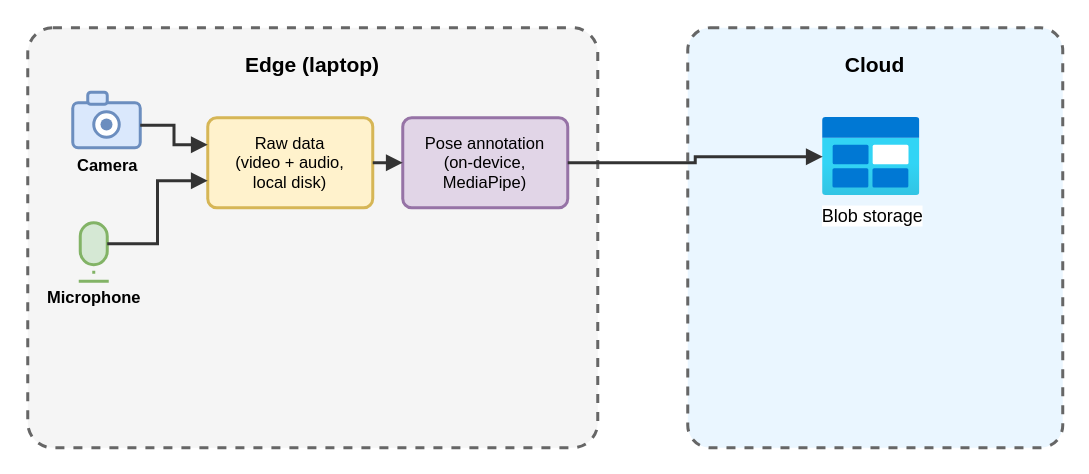
Before: docs/architecture.drawio in timole/shot-improvement, a draw.io diagram. Source tidied: cells renumbered, new cells numbered last; positions are measured from the earlier drawing's top-left corner, leaving out a move shared by most shapes. Both pictures are drawn from the tidied source at 150%, with x=0, y=0 at pixel (27, 27).
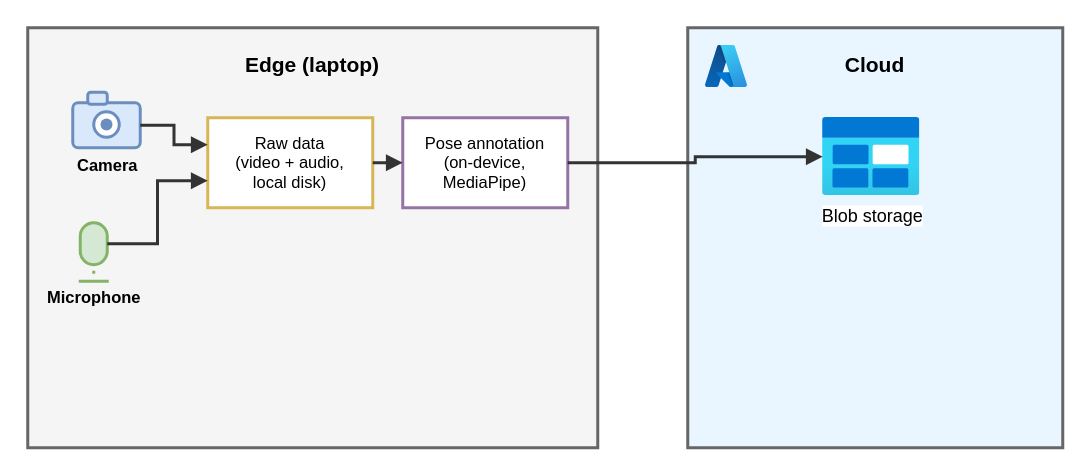
The same diagram, later.

Commit message (it also covers changes not shown here):
Architecture diagram: sharp rectangles, solid borders, Arial, Azure logo

Rounded rectangles become plain rectangles, group borders go from
dashed to solid, all text uses Arial, Raw data/Pose annotation get
white fills (Edge/Cloud group backgrounds unchanged), and an Azure
logo now marks the top-left corner of the Cloud group.

Claude-Session: https://claude.ai/code/session_017hfGxMnU1swBr4svZsnXk8

What changed in the source:
```diff
@@
-    <mxCell id="2" value="Edge (laptop)" style="rounded=1;arcSize=6;whiteSpace=wrap;html=1;fillColor=#f5f5f5;strokeColor=#666666;strokeWidth=2;verticalAlign=top;align=center;fontSize=14;fontStyle=1;spacingTop=10;dashed=1;" parent="1" vertex="1">
+    <mxCell id="2" value="Edge (laptop)" style="rounded=0;whiteSpace=wrap;html=1;fillColor=#f5f5f5;strokeColor=#666666;strokeWidth=2;verticalAlign=top;align=center;fontSize=14;fontStyle=1;fontFamily=Arial;spacingTop=10;dashed=0;" parent="1" vertex="1">
       <mxGeometry width="380" height="280" as="geometry" />
     </mxCell>
@@
-    <mxCell id="7" value="Camera" style="text;html=1;align=center;verticalAlign=middle;fontSize=11;fontStyle=1;" parent="1" vertex="1">
+    <mxCell id="7" value="Camera" style="text;html=1;align=center;verticalAlign=middle;fontSize=11;fontStyle=1;fontFamily=Arial;" parent="1" vertex="1">
       <mxGeometry x="15" y="84" width="75" height="16" as="geometry" />
     </mxCell>
@@
-    <mxCell id="11" value="Microphone" style="text;html=1;align=center;verticalAlign=middle;fontSize=11;fontStyle=1;" parent="1" vertex="1">
+    <mxCell id="11" value="Microphone" style="text;html=1;align=center;verticalAlign=middle;fontSize=11;fontStyle=1;fontFamily=Arial;" parent="1" vertex="1">
       <mxGeometry x="4" y="172" width="80" height="16" as="geometry" />
     </mxCell>
-    <mxCell id="12" value="Raw data&#10;(video + audio,&#10;local disk)" style="rounded=1;arcSize=10;whiteSpace=wrap;html=1;fillColor=#fff2cc;strokeColor=#d6b656;strokeWidth=2;fontSize=11;align=center;verticalAlign=middle;" parent="1" vertex="1">
+    <mxCell id="12" value="Raw data&#10;(video + audio,&#10;local disk)" style="rounded=0;whiteSpace=wrap;html=1;fillColor=#ffffff;strokeColor=#d6b656;strokeWidth=2;fontSize=11;fontFamily=Arial;align=center;verticalAlign=middle;" parent="1" vertex="1">
       <mxGeometry x="120" y="60" width="110" height="60" as="geometry" />
     </mxCell>
-    <mxCell id="13" value="Pose annotation&#10;(on-device,&#10;MediaPipe)" style="rounded=1;arcSize=10;whiteSpace=wrap;html=1;fillColor=#e1d5e7;strokeColor=#9673a6;strokeWidth=2;fontSize=11;align=center;verticalAlign=middle;" parent="1" vertex="1">
+    <mxCell id="13" value="Pose annotation&#10;(on-device,&#10;MediaPipe)" style="rounded=0;whiteSpace=wrap;html=1;fillColor=#ffffff;strokeColor=#9673a6;strokeWidth=2;fontSize=11;fontFamily=Arial;align=center;verticalAlign=middle;" parent="1" vertex="1">
       <mxGeometry x="250" y="60" width="110" height="60" as="geometry" />
     </mxCell>
-    <mxCell id="14" value="Cloud" style="rounded=1;arcSize=6;whiteSpace=wrap;html=1;fillColor=#eaf6ff;strokeColor=#666666;strokeWidth=2;verticalAlign=top;align=center;fontSize=14;fontStyle=1;spacingTop=10;dashed=1;" parent="1" vertex="1">
+    <mxCell id="14" value="Cloud" style="rounded=0;whiteSpace=wrap;html=1;fillColor=#eaf6ff;strokeColor=#666666;strokeWidth=2;verticalAlign=top;align=center;fontSize=14;fontStyle=1;fontFamily=Arial;spacingTop=10;dashed=0;" parent="1" vertex="1">
       <mxGeometry x="440" width="250" height="280" as="geometry" />
     </mxCell>
-    <mxCell id="15" value="Blob storage" style="image;html=1;points=[];align=center;fontSize=12;image=img/lib/azure2/general/Blob_Block.svg;" parent="1" vertex="1">
+    <mxCell id="15" value="Blob storage" style="image;html=1;points=[];align=center;fontSize=12;fontFamily=Arial;image=img/lib/azure2/general/Blob_Block.svg;" parent="1" vertex="1">
       <mxGeometry x="530" y="60" width="65" height="52" as="geometry" />
     </mxCell>
+    <mxCell id="20" style="image;html=1;image=img/lib/azure2/other/Azure_A.svg;" parent="1" vertex="1">
+      <mxGeometry x="452" y="12" width="28" height="28" as="geometry" />
+    </mxCell>
```
